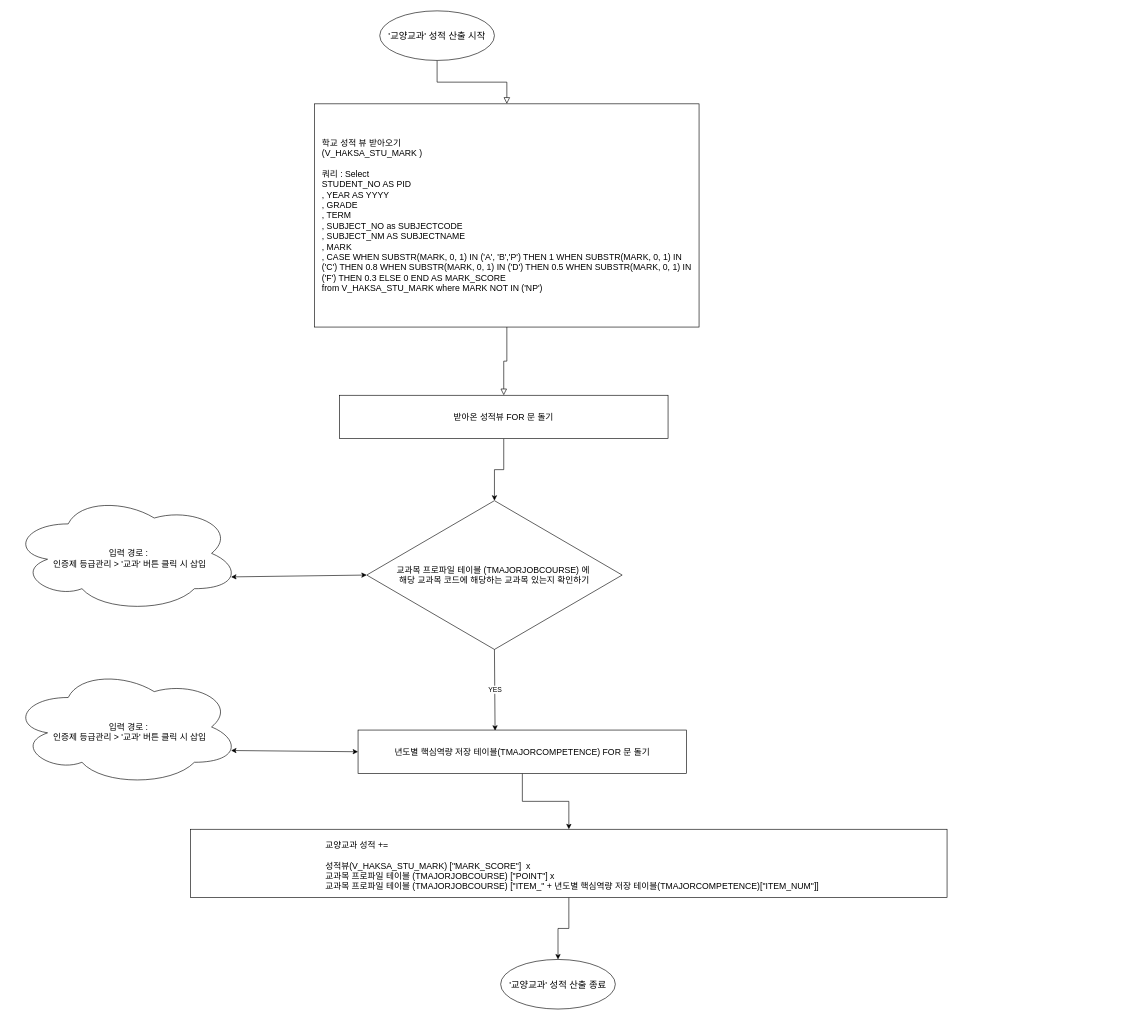
leehyunyong89/Kyungmin_Univ_Certification keeps this draw.io diagram as 경민대_인증제_로직정리.drawio. Above is the earlier version. Source tidied: cells renumbered, new cells numbered last; positions are measured from the earlier drawing's top-left corner, leaving out a move shared by most shapes. Both pictures are drawn from the tidied source at 62%, with x=0, y=0 at pixel (11, 11).
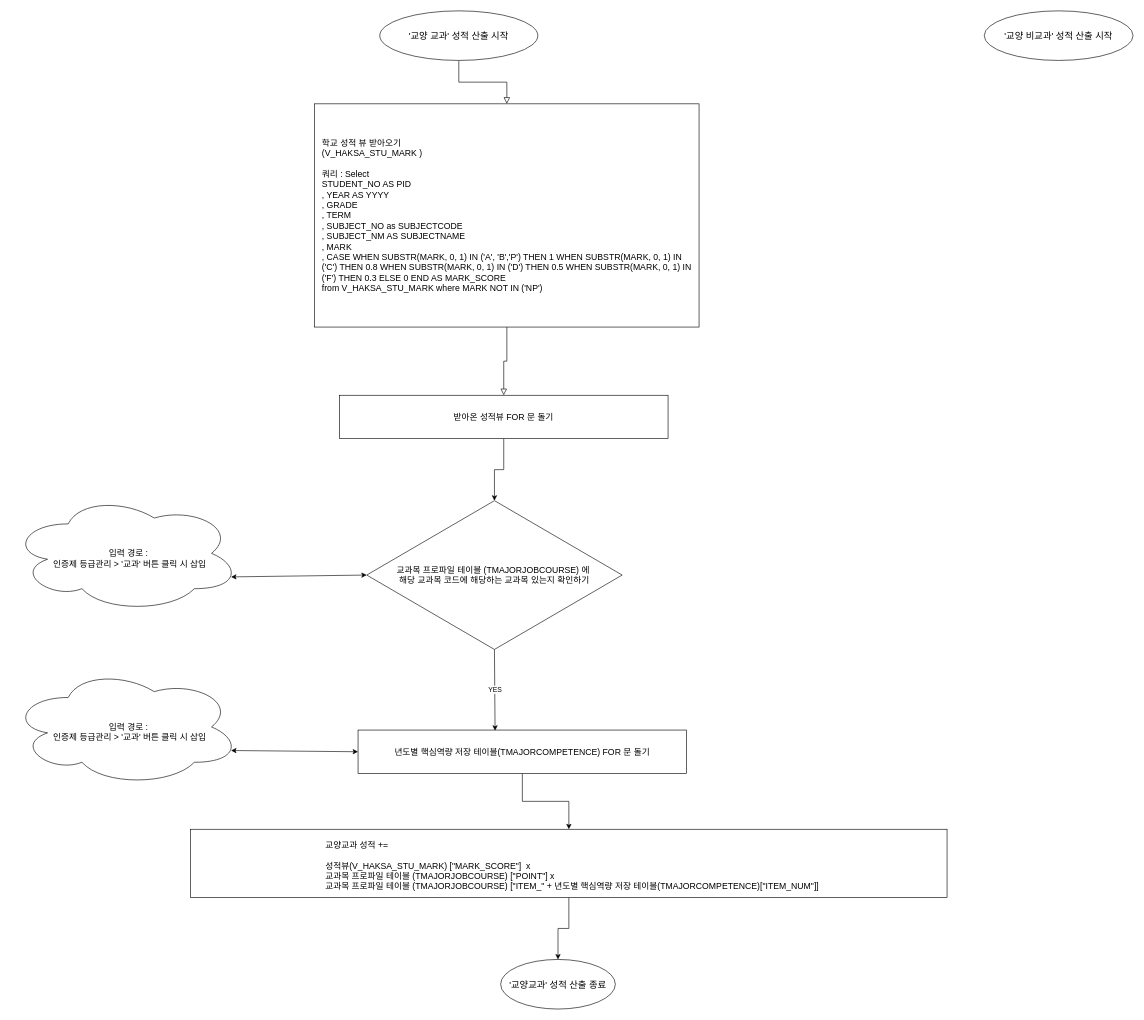
The same page after the edit.

Commit message:
Update 경민대_인증제_로직정리.drawio

Diff of the diagram source:
```diff
@@
-    <mxCell id="3" value="'교양교과' 성적 산출 시작" style="ellipse;whiteSpace=wrap;html=1;fontSize=15;" parent="1" vertex="1">
-      <mxGeometry x="595" width="185" height="80" as="geometry" />
+    <mxCell id="3" value="'교양 교과' 성적 산출 시작" style="ellipse;whiteSpace=wrap;html=1;fontSize=15;" parent="1" vertex="1">
+      <mxGeometry x="595" width="255" height="80" as="geometry" />
     </mxCell>
@@
+    <mxCell id="20" value="'교양 비교과' 성적 산출 시작" style="ellipse;whiteSpace=wrap;html=1;fontSize=15;" parent="1" vertex="1">
+      <mxGeometry x="1570" width="240" height="80" as="geometry" />
+    </mxCell>
```
